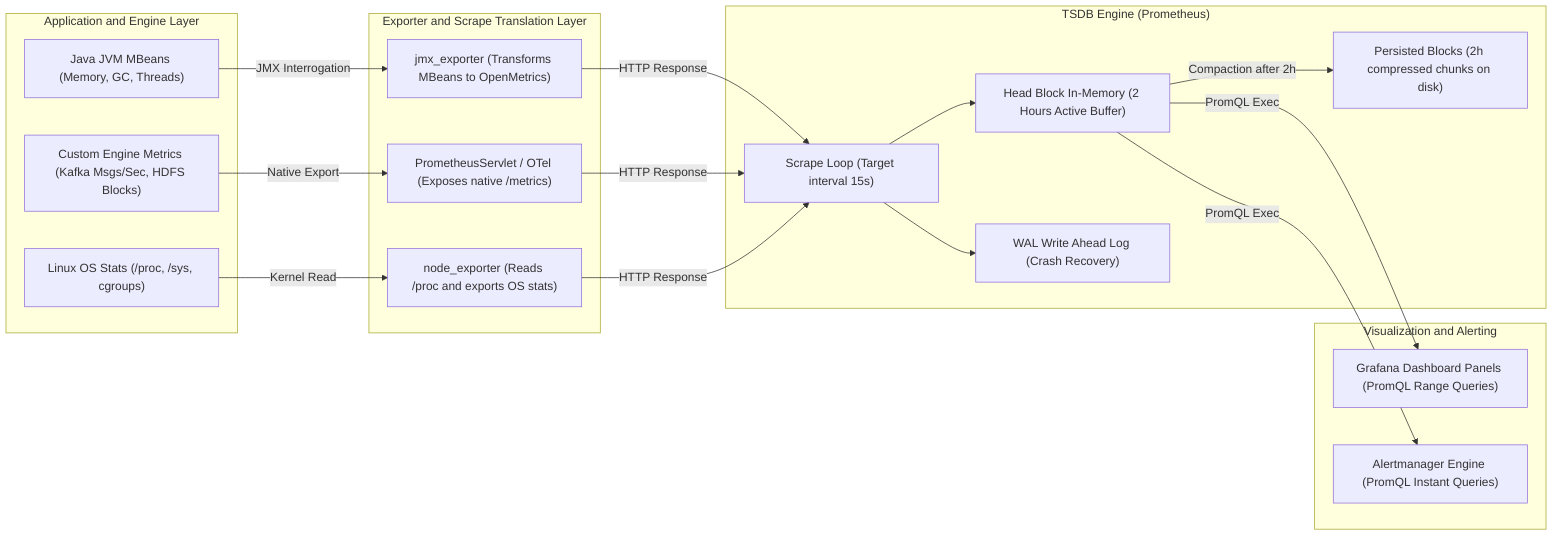
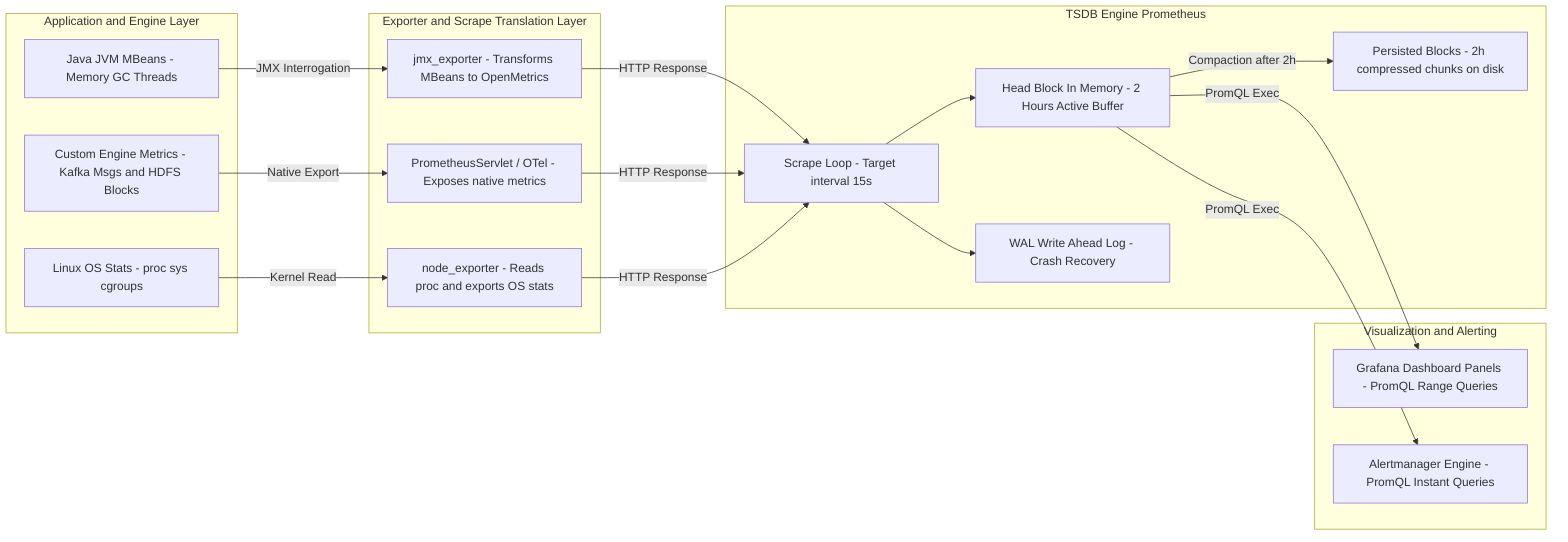
- flowchart LR
-     subgraph Sources ["Application and Engine Layer"]
-         A1["Java JVM MBeans (Memory, GC, Threads)"]
-         A2["Custom Engine Metrics (Kafka Msgs/Sec, HDFS Blocks)"]
-         A3["Linux OS Stats (/proc, /sys, cgroups)"]
+ graph LR
+     subgraph Sources [Application and Engine Layer]
+         A1[Java JVM MBeans - Memory GC Threads]
+         A2[Custom Engine Metrics - Kafka Msgs and HDFS Blocks]
+         A3[Linux OS Stats - proc sys cgroups]
    end

-     subgraph Translation ["Exporter and Scrape Translation Layer"]
-         B1["jmx_exporter (Transforms MBeans to OpenMetrics)"]
-         B2["PrometheusServlet / OTel (Exposes native /metrics)"]
-         B3["node_exporter (Reads /proc and exports OS stats)"]
+     subgraph Translation [Exporter and Scrape Translation Layer]
+         B1[jmx_exporter - Transforms MBeans to OpenMetrics]
+         B2[PrometheusServlet / OTel - Exposes native metrics]
+         B3[node_exporter - Reads proc and exports OS stats]
    end

-     subgraph Storage ["TSDB Engine (Prometheus)"]
-         C1["Scrape Loop (Target interval 15s)"]
-         C2["Head Block In-Memory (2 Hours Active Buffer)"]
-         C3["WAL Write Ahead Log (Crash Recovery)"]
-         C4["Persisted Blocks (2h compressed chunks on disk)"]
+     subgraph Storage [TSDB Engine Prometheus]
+         C1[Scrape Loop - Target interval 15s]
+         C2[Head Block In Memory - 2 Hours Active Buffer]
+         C3[WAL Write Ahead Log - Crash Recovery]
+         C4[Persisted Blocks - 2h compressed chunks on disk]
    end

-     subgraph Consumption ["Visualization and Alerting"]
-         D1["Grafana Dashboard Panels (PromQL Range Queries)"]
-         D2["Alertmanager Engine (PromQL Instant Queries)"]
+     subgraph Consumption [Visualization and Alerting]
+         D1[Grafana Dashboard Panels - PromQL Range Queries]
+         D2[Alertmanager Engine - PromQL Instant Queries]
    end

    A1 -->|JMX Interrogation| B1
    A2 -->|Native Export| B2
    A3 -->|Kernel Read| B3

    B1 -->|HTTP Response| C1
    B2 -->|HTTP Response| C1
    B3 -->|HTTP Response| C1

    C1 --> C2
    C1 --> C3
    C2 -->|Compaction after 2h| C4

    C2 -->|PromQL Exec| D1
    C2 -->|PromQL Exec| D2
